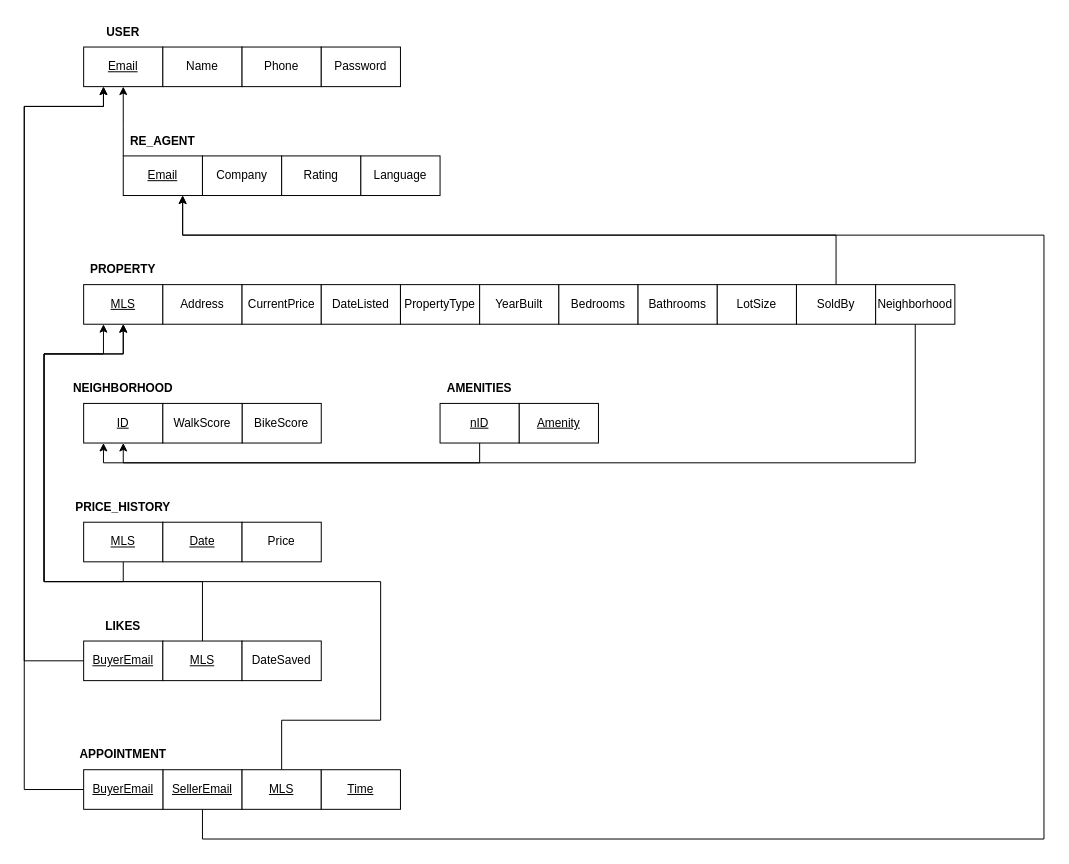
The draw.io diagram page "SCHEMA_V2" (4 of 4) of Proposal/608-project-diagrams.drawio in WillKNguyen/608-607Project, before the edit. Source tidied: cells renumbered, new cells numbered last; positions are measured from the earlier drawing's top-left corner, leaving out a move shared by most shapes. Both pictures are drawn from the tidied source at 99%, with x=0, y=0 at pixel (24, 17).
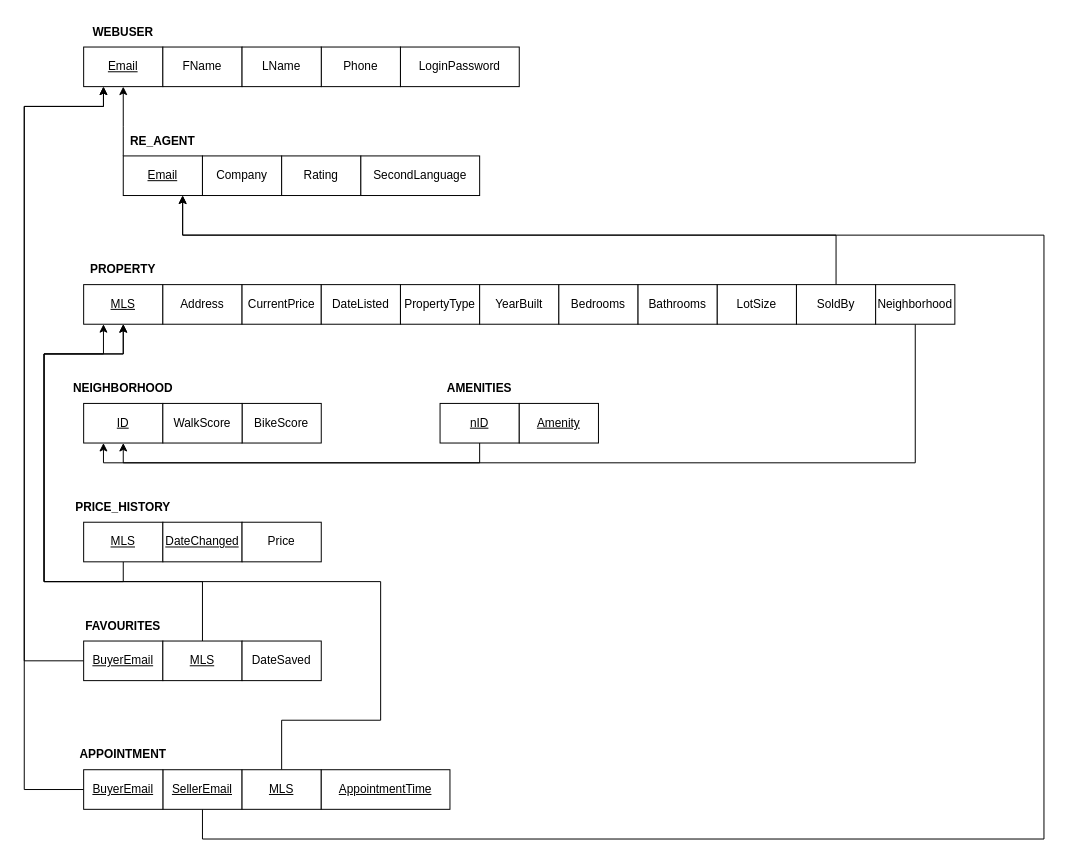
The same page after the edit.

Diff of the diagram source:
```diff
@@
-    <mxCell id="4" value="USER" style="text;html=1;strokeColor=none;fillColor=none;align=center;verticalAlign=middle;whiteSpace=wrap;rounded=0;fontStyle=1;" parent="1" vertex="1">
+    <mxCell id="4" value="WEBUSER" style="text;html=1;strokeColor=none;fillColor=none;align=center;verticalAlign=middle;whiteSpace=wrap;rounded=0;fontStyle=1;" parent="1" vertex="1">
       <mxGeometry x="70" width="60" height="30" as="geometry" />
     </mxCell>
-    <mxCell id="5" value="Name" style="rounded=0;whiteSpace=wrap;html=1;" parent="1" vertex="1">
+    <mxCell id="5" value="FName" style="rounded=0;whiteSpace=wrap;html=1;" parent="1" vertex="1">
       <mxGeometry x="140" y="30" width="80" height="40" as="geometry" />
     </mxCell>
     <mxCell id="6" value="Phone" style="rounded=0;whiteSpace=wrap;html=1;" parent="1" vertex="1">
-      <mxGeometry x="220" y="30" width="80" height="40" as="geometry" />
+      <mxGeometry x="300" y="30" width="80" height="40" as="geometry" />
     </mxCell>
-    <mxCell id="7" value="Password" style="rounded=0;whiteSpace=wrap;html=1;" parent="1" vertex="1">
-      <mxGeometry x="300" y="30" width="80" height="40" as="geometry" />
+    <mxCell id="7" value="LoginPassword" style="rounded=0;whiteSpace=wrap;html=1;" parent="1" vertex="1">
+      <mxGeometry x="380" y="30" width="120" height="40" as="geometry" />
     </mxCell>
@@
-    <mxCell id="13" value="Language" style="rounded=0;whiteSpace=wrap;html=1;" parent="1" vertex="1">
-      <mxGeometry x="340" y="140" width="80" height="40" as="geometry" />
+    <mxCell id="13" value="SecondLanguage" style="rounded=0;whiteSpace=wrap;html=1;" parent="1" vertex="1">
+      <mxGeometry x="340" y="140" width="120" height="40" as="geometry" />
     </mxCell>
@@
-    <mxCell id="39" value="&lt;u&gt;Date&lt;/u&gt;" style="rounded=0;whiteSpace=wrap;html=1;" parent="1" vertex="1">
+    <mxCell id="39" value="&lt;u&gt;DateChanged&lt;/u&gt;" style="rounded=0;whiteSpace=wrap;html=1;" parent="1" vertex="1">
       <mxGeometry x="140" y="510" width="80" height="40" as="geometry" />
     </mxCell>
@@
-    <mxCell id="43" value="LIKES" style="text;html=1;strokeColor=none;fillColor=none;align=center;verticalAlign=middle;whiteSpace=wrap;rounded=0;fontStyle=1;" parent="1" vertex="1">
+    <mxCell id="43" value="FAVOURITES" style="text;html=1;strokeColor=none;fillColor=none;align=center;verticalAlign=middle;whiteSpace=wrap;rounded=0;fontStyle=1;" parent="1" vertex="1">
       <mxGeometry x="70" y="600" width="60" height="30" as="geometry" />
     </mxCell>
@@
-    <mxCell id="52" value="&lt;u&gt;Time&lt;/u&gt;" style="rounded=0;whiteSpace=wrap;html=1;" parent="1" vertex="1">
-      <mxGeometry x="300" y="760" width="80" height="40" as="geometry" />
+    <mxCell id="52" value="&lt;u&gt;AppointmentTime&lt;/u&gt;" style="rounded=0;whiteSpace=wrap;html=1;" parent="1" vertex="1">
+      <mxGeometry x="300" y="760" width="130" height="40" as="geometry" />
     </mxCell>
@@
+    <mxCell id="55" value="LName" style="rounded=0;whiteSpace=wrap;html=1;" parent="1" vertex="1">
+      <mxGeometry x="220" y="30" width="80" height="40" as="geometry" />
+    </mxCell>
```
